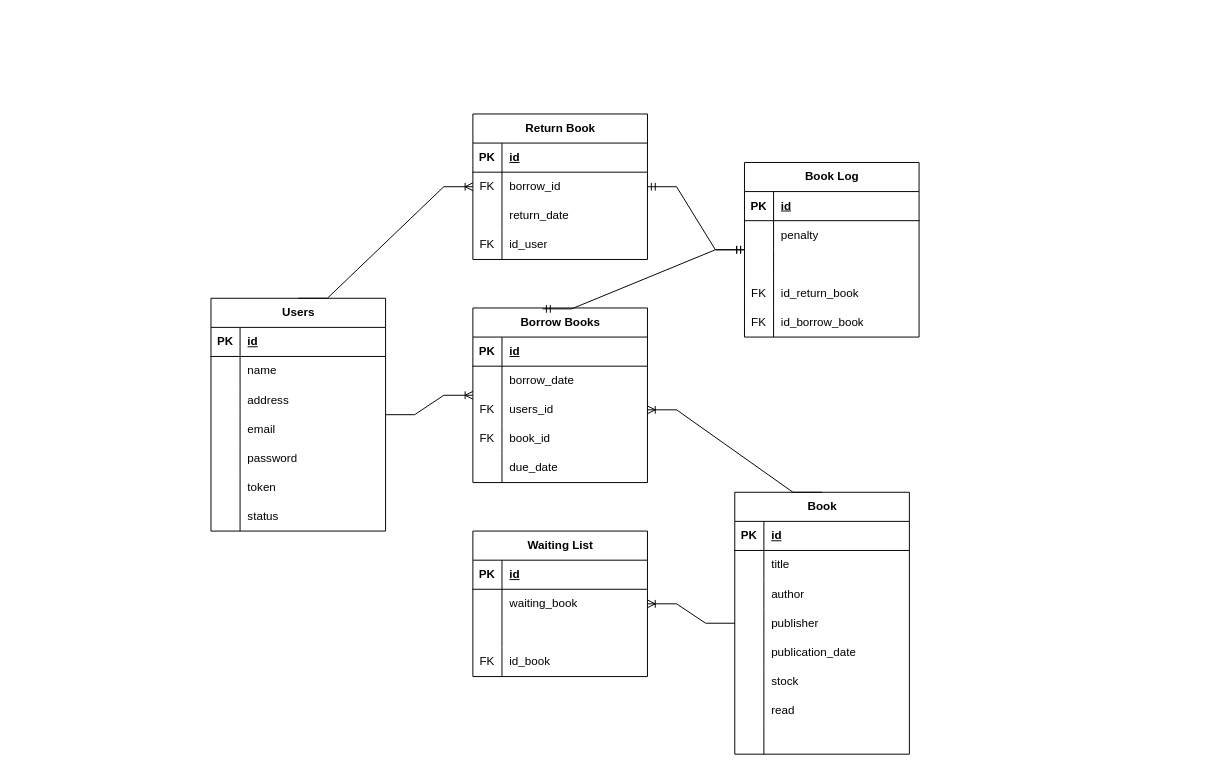
This is page "Entity" (1 of 3) of Diagram Tanpa Judul.drawio from Syaal/library, a draw.io file, before an edit. Source tidied: cells renumbered, new cells numbered last; positions are measured from the earlier drawing's top-left corner, leaving out a move shared by most shapes. Both pictures are drawn from the tidied source at 97%, with x=0, y=0 at pixel (210, 113).
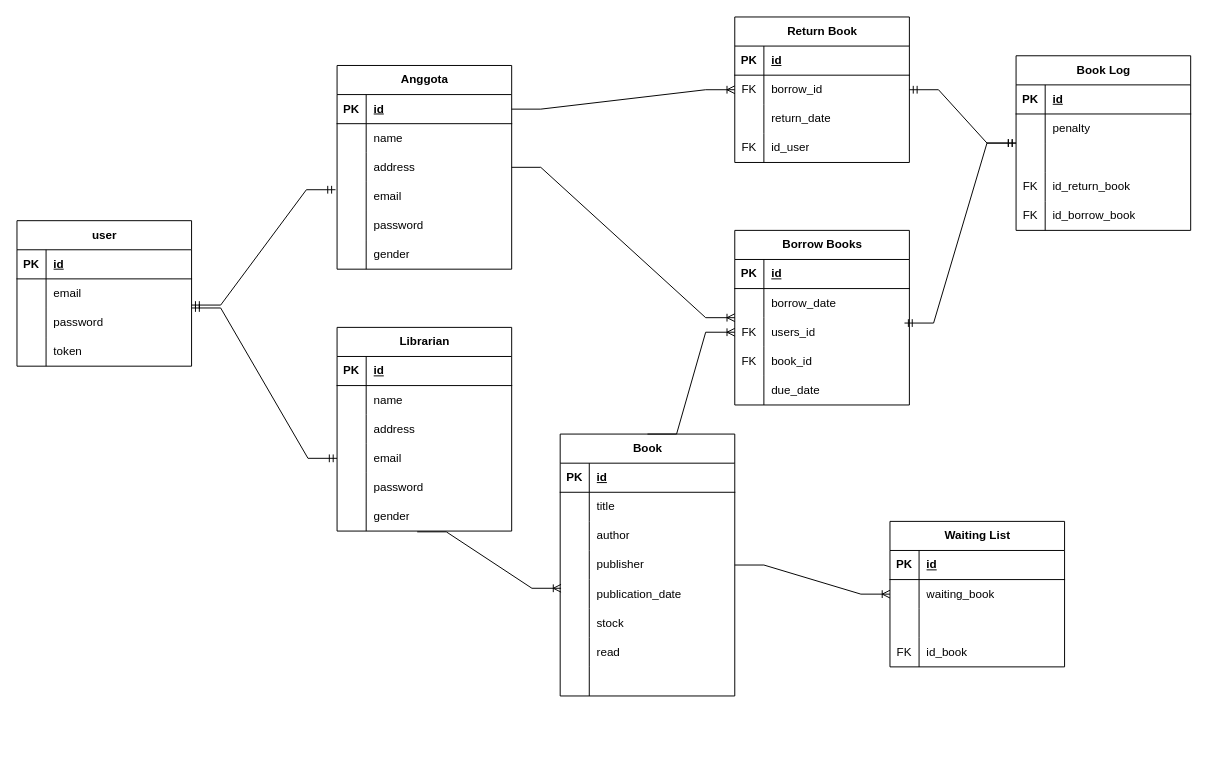
The same page after the edit.

Unchanged cells that the change refers to:
```xml
<mxCell id="15" style="shape=tableRow;horizontal=0;startSize=0;swimlaneHead=0;swimlaneBody=0;fillColor=none;points=[[0,0.5],[1,0.5]];portConstraint=eastwest;top=0;left=0;right=0;bottom=0;" parent="2" vertex="1">
  <mxGeometry y="150" width="180" height="30" as="geometry" />
</mxCell>
<mxCell id="28" style="shape=tableRow;horizontal=0;startSize=0;swimlaneHead=0;swimlaneBody=0;fillColor=none;points=[[0,0.5],[1,0.5]];portConstraint=eastwest;top=0;left=0;right=0;bottom=1;" parent="27" vertex="1">
  <mxGeometry y="30" width="180" height="30" as="geometry" />
</mxCell>
<mxCell id="37" style="shape=tableRow;horizontal=0;startSize=0;swimlaneHead=0;swimlaneBody=0;fillColor=none;points=[[0,0.5],[1,0.5]];portConstraint=eastwest;top=0;left=0;right=0;bottom=0;" parent="27" vertex="1">
  <mxGeometry y="120" width="180" height="30" as="geometry" />
</mxCell>
<mxCell id="53" style="shape=tableRow;horizontal=0;startSize=0;swimlaneHead=0;swimlaneBody=0;fillColor=none;points=[[0,0.5],[1,0.5]];portConstraint=eastwest;top=0;left=0;right=0;bottom=0;" parent="49" vertex="1">
  <mxGeometry y="60" width="180" height="30" as="geometry" />
</mxCell>
<mxCell id="56" style="shape=tableRow;horizontal=0;startSize=0;swimlaneHead=0;swimlaneBody=0;fillColor=none;points=[[0,0.5],[1,0.5]];portConstraint=eastwest;top=0;left=0;right=0;bottom=0;" parent="49" vertex="1">
  <mxGeometry y="90" width="180" height="30" as="geometry" />
</mxCell>
<mxCell id="103" style="shape=tableRow;horizontal=0;startSize=0;swimlaneHead=0;swimlaneBody=0;fillColor=none;points=[[0,0.5],[1,0.5]];portConstraint=eastwest;top=0;left=0;right=0;bottom=0;" parent="99" vertex="1">
  <mxGeometry y="60" width="180" height="30" as="geometry" />
</mxCell>
```

What changed in the source:
```diff
@@
     <mxCell id="2" value="Book" style="shape=table;startSize=30;childLayout=tableLayout;rowLines=0;fontStyle=1;align=center;html=1;" parent="1" vertex="1">
-      <mxGeometry x="540" y="390" width="180" height="270" as="geometry" />
+      <mxGeometry x="360" y="330" width="180" height="270" as="geometry" />
     </mxCell>
@@
-    <mxCell id="27" value="Users" style="shape=table;startSize=30;childLayout=tableLayout;rowLines=0;fontStyle=1;align=center;html=1;" parent="1" vertex="1">
-      <mxGeometry y="190" width="180" height="240" as="geometry" />
+    <mxCell id="27" value="Anggota" style="shape=table;startSize=30;childLayout=tableLayout;rowLines=0;fontStyle=1;align=center;html=1;" parent="1" vertex="1">
+      <mxGeometry x="130" y="-50" width="180" height="210" as="geometry" />
     </mxCell>
@@
-    <mxCell id="43" style="shape=tableRow;horizontal=0;startSize=0;swimlaneHead=0;swimlaneBody=0;fillColor=none;top=0;left=0;right=0;bottom=0;" parent="27" vertex="1">
-      <mxGeometry y="180" width="180" height="30" as="geometry" />
-    </mxCell>
-    <mxCell id="44" style="shape=partialRectangle;fillColor=none;top=0;left=0;bottom=0;right=0;overflow=hidden;whiteSpace=wrap;html=1;" parent="43" vertex="1">
-      <mxGeometry width="30" height="30" as="geometry" />
-    </mxCell>
-    <mxCell id="45" value="token" style="shape=partialRectangle;fillColor=none;top=0;left=0;bottom=0;right=0;align=left;spacingLeft=6;overflow=hidden;whiteSpace=wrap;html=1;" parent="43" vertex="1">
-      <mxGeometry x="30" width="150" height="30" as="geometry" />
-    </mxCell>
-    <mxCell id="46" style="shape=tableRow;horizontal=0;startSize=0;swimlaneHead=0;swimlaneBody=0;fillColor=none;top=0;left=0;right=0;bottom=0;" parent="27" vertex="1">
-      <mxGeometry y="210" width="180" height="30" as="geometry" />
-    </mxCell>
-    <mxCell id="47" style="shape=partialRectangle;fillColor=none;top=0;left=0;bottom=0;right=0;overflow=hidden;whiteSpace=wrap;html=1;" parent="46" vertex="1">
-      <mxGeometry width="30" height="30" as="geometry" />
-    </mxCell>
-    <mxCell id="48" value="status" style="shape=partialRectangle;fillColor=none;top=0;left=0;bottom=0;right=0;align=left;spacingLeft=6;overflow=hidden;whiteSpace=wrap;html=1;" parent="46" vertex="1">
-      <mxGeometry x="30" width="150" height="30" as="geometry" />
-    </mxCell>
+    <mxCell id="113" style="shape=tableRow;horizontal=0;startSize=0;swimlaneHead=0;swimlaneBody=0;fillColor=none;top=0;left=0;right=0;bottom=0;" parent="27" vertex="1">
+      <mxGeometry y="180" width="180" height="30" as="geometry" />
+    </mxCell>
+    <mxCell id="114" style="shape=partialRectangle;fillColor=none;top=0;left=0;bottom=0;right=0;overflow=hidden;whiteSpace=wrap;html=1;" parent="113" vertex="1">
+      <mxGeometry width="30" height="30" as="geometry" />
+    </mxCell>
+    <mxCell id="115" value="gender" style="shape=partialRectangle;fillColor=none;top=0;left=0;bottom=0;right=0;align=left;spacingLeft=6;overflow=hidden;whiteSpace=wrap;html=1;" parent="113" vertex="1">
+      <mxGeometry x="30" width="150" height="30" as="geometry" />
+    </mxCell>
     <mxCell id="49" value="Borrow Books" style="shape=table;startSize=30;childLayout=tableLayout;rowLines=0;fontStyle=1;align=center;html=1;" parent="1" vertex="1">
-      <mxGeometry x="270" y="200" width="180" height="180" as="geometry" />
+      <mxGeometry x="540" y="120" width="180" height="180" as="geometry" />
     </mxCell>
@@
-    <mxCell id="66" style="edgeStyle=entityRelationEdgeStyle;fontSize=12;html=1;endArrow=ERoneToMany;rounded=0;exitX=0.5;exitY=0;exitDx=0;exitDy=0;entryX=1;entryY=0.5;entryDx=0;entryDy=0;" parent="1" edge="1" source="2" target="56">
+    <mxCell id="66" style="edgeStyle=entityRelationEdgeStyle;fontSize=12;html=1;endArrow=ERoneToMany;rounded=0;exitX=0.5;exitY=0;exitDx=0;exitDy=0;entryX=0;entryY=0.5;entryDx=0;entryDy=0;" parent="1" edge="1" source="2" target="56">
       <mxGeometry relative="1" as="geometry" />
     </mxCell>
     <mxCell id="67" value="Return Book" style="shape=table;startSize=30;childLayout=tableLayout;rowLines=0;fontStyle=1;align=center;html=1;" parent="1" vertex="1">
-      <mxGeometry x="270" width="180" height="150" as="geometry" />
+      <mxGeometry x="540" y="-100" width="180" height="150" as="geometry" />
     </mxCell>
@@
     <mxCell id="80" value="Book Log" style="shape=table;startSize=30;childLayout=tableLayout;rowLines=0;fontStyle=1;align=center;html=1;" parent="1" vertex="1">
-      <mxGeometry x="550" y="50" width="180" height="180" as="geometry" />
+      <mxGeometry x="830" y="-60" width="180" height="180" as="geometry" />
     </mxCell>
@@
-    <mxCell id="97" style="edgeStyle=entityRelationEdgeStyle;fontSize=12;html=1;endArrow=ERmandOne;startArrow=ERmandOne;rounded=0;exitX=0.399;exitY=0.005;exitDx=0;exitDy=0;exitPerimeter=0;" parent="1" edge="1" source="49" target="80">
+    <mxCell id="97" style="edgeStyle=entityRelationEdgeStyle;fontSize=12;html=1;endArrow=ERmandOne;startArrow=ERmandOne;rounded=0;exitX=0.972;exitY=1.185;exitDx=0;exitDy=0;exitPerimeter=0;" parent="1" edge="1" source="53" target="80">
       <mxGeometry relative="1" as="geometry" />
     </mxCell>
-    <mxCell id="98" style="edgeStyle=entityRelationEdgeStyle;fontSize=12;html=1;endArrow=ERoneToMany;rounded=0;exitX=0.5;exitY=0;exitDx=0;exitDy=0;" parent="1" edge="1" source="27" target="67">
+    <mxCell id="98" style="edgeStyle=entityRelationEdgeStyle;fontSize=12;html=1;endArrow=ERoneToMany;rounded=0;exitX=1;exitY=0.5;exitDx=0;exitDy=0;" parent="1" edge="1" source="28" target="67">
       <mxGeometry relative="1" as="geometry" />
     </mxCell>
     <mxCell id="99" value="Waiting List" style="shape=table;startSize=30;childLayout=tableLayout;rowLines=0;fontStyle=1;align=center;html=1;" parent="1" vertex="1">
-      <mxGeometry x="270" y="430" width="180" height="150" as="geometry" />
+      <mxGeometry x="700" y="420" width="180" height="150" as="geometry" />
     </mxCell>
@@
-    <mxCell id="112" style="edgeStyle=entityRelationEdgeStyle;fontSize=12;html=1;endArrow=ERoneToMany;rounded=0;entryX=1;entryY=0.5;entryDx=0;entryDy=0;" parent="1" edge="1" source="2" target="103">
+    <mxCell id="112" style="edgeStyle=entityRelationEdgeStyle;fontSize=12;html=1;endArrow=ERoneToMany;rounded=0;entryX=0;entryY=0.5;entryDx=0;entryDy=0;" parent="1" edge="1" source="2" target="103">
       <mxGeometry relative="1" as="geometry" />
     </mxCell>
+    <mxCell id="116" value="Librarian" style="shape=table;startSize=30;childLayout=tableLayout;rowLines=0;fontStyle=1;align=center;html=1;" parent="1" vertex="1">
+      <mxGeometry x="130" y="220" width="180" height="210" as="geometry" />
+    </mxCell>
+    <mxCell id="117" style="shape=tableRow;horizontal=0;startSize=0;swimlaneHead=0;swimlaneBody=0;fillColor=none;top=0;left=0;right=0;bottom=1;" parent="116" vertex="1">
+      <mxGeometry y="30" width="180" height="30" as="geometry" />
+    </mxCell>
+    <mxCell id="118" value="PK" style="shape=partialRectangle;fillColor=none;top=0;left=0;bottom=0;right=0;fontStyle=1;overflow=hidden;whiteSpace=wrap;html=1;" parent="117" vertex="1">
+      <mxGeometry width="30" height="30" as="geometry" />
+    </mxCell>
+    <mxCell id="119" value="id" style="shape=partialRectangle;fillColor=none;top=0;left=0;bottom=0;right=0;align=left;spacingLeft=6;fontStyle=5;overflow=hidden;whiteSpace=wrap;html=1;" parent="117" vertex="1">
+      <mxGeometry x="30" width="150" height="30" as="geometry" />
+    </mxCell>
+    <mxCell id="120" style="shape=tableRow;horizontal=0;startSize=0;swimlaneHead=0;swimlaneBody=0;fillColor=none;top=0;left=0;right=0;bottom=0;" parent="116" vertex="1">
+      <mxGeometry y="60" width="180" height="30" as="geometry" />
+    </mxCell>
+    <mxCell id="121" style="shape=partialRectangle;fillColor=none;top=0;left=0;bottom=0;right=0;overflow=hidden;whiteSpace=wrap;html=1;" parent="120" vertex="1">
+      <mxGeometry width="30" height="30" as="geometry" />
+    </mxCell>
+    <mxCell id="122" value="name" style="shape=partialRectangle;fillColor=none;top=0;left=0;bottom=0;right=0;align=left;spacingLeft=6;overflow=hidden;whiteSpace=wrap;html=1;" parent="120" vertex="1">
+      <mxGeometry x="30" width="150" height="30" as="geometry" />
+    </mxCell>
+    <mxCell id="123" style="shape=tableRow;horizontal=0;startSize=0;swimlaneHead=0;swimlaneBody=0;fillColor=none;top=0;left=0;right=0;bottom=0;" parent="116" vertex="1">
+      <mxGeometry y="90" width="180" height="30" as="geometry" />
+    </mxCell>
+    <mxCell id="124" style="shape=partialRectangle;fillColor=none;top=0;left=0;bottom=0;right=0;overflow=hidden;whiteSpace=wrap;html=1;" parent="123" vertex="1">
+      <mxGeometry width="30" height="30" as="geometry" />
+    </mxCell>
+    <mxCell id="125" value="address" style="shape=partialRectangle;fillColor=none;top=0;left=0;bottom=0;right=0;align=left;spacingLeft=6;overflow=hidden;whiteSpace=wrap;html=1;" parent="123" vertex="1">
+      <mxGeometry x="30" width="150" height="30" as="geometry" />
+    </mxCell>
+    <mxCell id="126" style="shape=tableRow;horizontal=0;startSize=0;swimlaneHead=0;swimlaneBody=0;fillColor=none;points=[[0,0.5],[1,0.5]];portConstraint=eastwest;top=0;left=0;right=0;bottom=0;" parent="116" vertex="1">
+      <mxGeometry y="120" width="180" height="30" as="geometry" />
+    </mxCell>
+    <mxCell id="127" style="shape=partialRectangle;fillColor=none;top=0;left=0;bottom=0;right=0;overflow=hidden;whiteSpace=wrap;html=1;" parent="126" vertex="1">
+      <mxGeometry width="30" height="30" as="geometry" />
+    </mxCell>
+    <mxCell id="128" value="email" style="shape=partialRectangle;fillColor=none;top=0;left=0;bottom=0;right=0;align=left;spacingLeft=6;overflow=hidden;whiteSpace=wrap;html=1;" parent="126" vertex="1">
+      <mxGeometry x="30" width="150" height="30" as="geometry" />
+    </mxCell>
+    <mxCell id="129" style="shape=tableRow;horizontal=0;startSize=0;swimlaneHead=0;swimlaneBody=0;fillColor=none;top=0;left=0;right=0;bottom=0;" parent="116" vertex="1">
+      <mxGeometry y="150" width="180" height="30" as="geometry" />
+    </mxCell>
+    <mxCell id="130" style="shape=partialRectangle;fillColor=none;top=0;left=0;bottom=0;right=0;overflow=hidden;whiteSpace=wrap;html=1;" parent="129" vertex="1">
+      <mxGeometry width="30" height="30" as="geometry" />
+    </mxCell>
+    <mxCell id="131" value="password" style="shape=partialRectangle;fillColor=none;top=0;left=0;bottom=0;right=0;align=left;spacingLeft=6;overflow=hidden;whiteSpace=wrap;html=1;" parent="129" vertex="1">
+      <mxGeometry x="30" width="150" height="30" as="geometry" />
+    </mxCell>
+    <mxCell id="132" style="shape=tableRow;horizontal=0;startSize=0;swimlaneHead=0;swimlaneBody=0;fillColor=none;points=[[0,0.5],[1,0.5]];portConstraint=eastwest;top=0;left=0;right=0;bottom=0;" parent="116" vertex="1">
+      <mxGeometry y="180" width="180" height="30" as="geometry" />
+    </mxCell>
+    <mxCell id="133" style="shape=partialRectangle;fillColor=none;top=0;left=0;bottom=0;right=0;overflow=hidden;whiteSpace=wrap;html=1;" parent="132" vertex="1">
+      <mxGeometry width="30" height="30" as="geometry" />
+    </mxCell>
+    <mxCell id="134" value="gender" style="shape=partialRectangle;fillColor=none;top=0;left=0;bottom=0;right=0;align=left;spacingLeft=6;overflow=hidden;whiteSpace=wrap;html=1;" parent="132" vertex="1">
+      <mxGeometry x="30" width="150" height="30" as="geometry" />
+    </mxCell>
+    <mxCell id="135" value="user" style="shape=table;startSize=30;childLayout=tableLayout;rowLines=0;fontStyle=1;align=center;html=1;" parent="1" vertex="1">
+      <mxGeometry x="-200" y="110" width="180" height="150" as="geometry" />
+    </mxCell>
+    <mxCell id="136" style="shape=tableRow;horizontal=0;startSize=0;swimlaneHead=0;swimlaneBody=0;fillColor=none;top=0;left=0;right=0;bottom=1;" parent="135" vertex="1">
+      <mxGeometry y="30" width="180" height="30" as="geometry" />
+    </mxCell>
+    <mxCell id="137" value="PK" style="shape=partialRectangle;fillColor=none;top=0;left=0;bottom=0;right=0;fontStyle=1;overflow=hidden;whiteSpace=wrap;html=1;" parent="136" vertex="1">
+      <mxGeometry width="30" height="30" as="geometry" />
+    </mxCell>
+    <mxCell id="138" value="id" style="shape=partialRectangle;fillColor=none;top=0;left=0;bottom=0;right=0;align=left;spacingLeft=6;fontStyle=5;overflow=hidden;whiteSpace=wrap;html=1;" parent="136" vertex="1">
+      <mxGeometry x="30" width="150" height="30" as="geometry" />
+    </mxCell>
+    <mxCell id="139" style="shape=tableRow;horizontal=0;startSize=0;swimlaneHead=0;swimlaneBody=0;fillColor=none;top=0;left=0;right=0;bottom=0;" parent="135" vertex="1">
+      <mxGeometry y="60" width="180" height="30" as="geometry" />
+    </mxCell>
+    <mxCell id="140" style="shape=partialRectangle;fillColor=none;top=0;left=0;bottom=0;right=0;overflow=hidden;whiteSpace=wrap;html=1;" parent="139" vertex="1">
+      <mxGeometry width="30" height="30" as="geometry" />
+    </mxCell>
+    <mxCell id="141" value="email" style="shape=partialRectangle;fillColor=none;top=0;left=0;bottom=0;right=0;align=left;spacingLeft=6;overflow=hidden;whiteSpace=wrap;html=1;" parent="139" vertex="1">
+      <mxGeometry x="30" width="150" height="30" as="geometry" />
+    </mxCell>
+    <mxCell id="142" style="shape=tableRow;horizontal=0;startSize=0;swimlaneHead=0;swimlaneBody=0;fillColor=none;top=0;left=0;right=0;bottom=0;" parent="135" vertex="1">
+      <mxGeometry y="90" width="180" height="30" as="geometry" />
+    </mxCell>
+    <mxCell id="143" style="shape=partialRectangle;fillColor=none;top=0;left=0;bottom=0;right=0;overflow=hidden;whiteSpace=wrap;html=1;" parent="142" vertex="1">
+      <mxGeometry width="30" height="30" as="geometry" />
+    </mxCell>
+    <mxCell id="144" value="password" style="shape=partialRectangle;fillColor=none;top=0;left=0;bottom=0;right=0;align=left;spacingLeft=6;overflow=hidden;whiteSpace=wrap;html=1;" parent="142" vertex="1">
+      <mxGeometry x="30" width="150" height="30" as="geometry" />
+    </mxCell>
+    <mxCell id="145" style="shape=tableRow;horizontal=0;startSize=0;swimlaneHead=0;swimlaneBody=0;fillColor=none;top=0;left=0;right=0;bottom=0;" parent="135" vertex="1">
+      <mxGeometry y="120" width="180" height="30" as="geometry" />
+    </mxCell>
+    <mxCell id="146" style="shape=partialRectangle;fillColor=none;top=0;left=0;bottom=0;right=0;overflow=hidden;whiteSpace=wrap;html=1;" parent="145" vertex="1">
+      <mxGeometry width="30" height="30" as="geometry" />
+    </mxCell>
+    <mxCell id="45" value="token" style="shape=partialRectangle;fillColor=none;top=0;left=0;bottom=0;right=0;align=left;spacingLeft=6;overflow=hidden;whiteSpace=wrap;html=1;" parent="145" vertex="1">
+      <mxGeometry x="30" width="150" height="30" as="geometry" />
+    </mxCell>
+    <mxCell id="147" style="edgeStyle=entityRelationEdgeStyle;fontSize=12;html=1;endArrow=ERmandOne;startArrow=ERmandOne;rounded=0;entryX=-0.009;entryY=0.27;entryDx=0;entryDy=0;entryPerimeter=0;" parent="1" edge="1" target="37">
+      <mxGeometry relative="1" as="geometry">
+        <mxPoint x="-20" y="197" as="sourcePoint" />
+      </mxGeometry>
+    </mxCell>
+    <mxCell id="148" style="edgeStyle=entityRelationEdgeStyle;fontSize=12;html=1;endArrow=ERmandOne;startArrow=ERmandOne;rounded=0;entryX=0;entryY=0.5;entryDx=0;entryDy=0;" parent="1" edge="1" target="126">
+      <mxGeometry relative="1" as="geometry">
+        <mxPoint x="-20" y="200" as="sourcePoint" />
+      </mxGeometry>
+    </mxCell>
+    <mxCell id="149" style="edgeStyle=entityRelationEdgeStyle;fontSize=12;html=1;endArrow=ERoneToMany;rounded=0;exitX=0.459;exitY=1.026;exitDx=0;exitDy=0;exitPerimeter=0;entryX=0.005;entryY=0.299;entryDx=0;entryDy=0;entryPerimeter=0;" parent="1" edge="1" source="132" target="15">
+      <mxGeometry relative="1" as="geometry" />
+    </mxCell>
```
